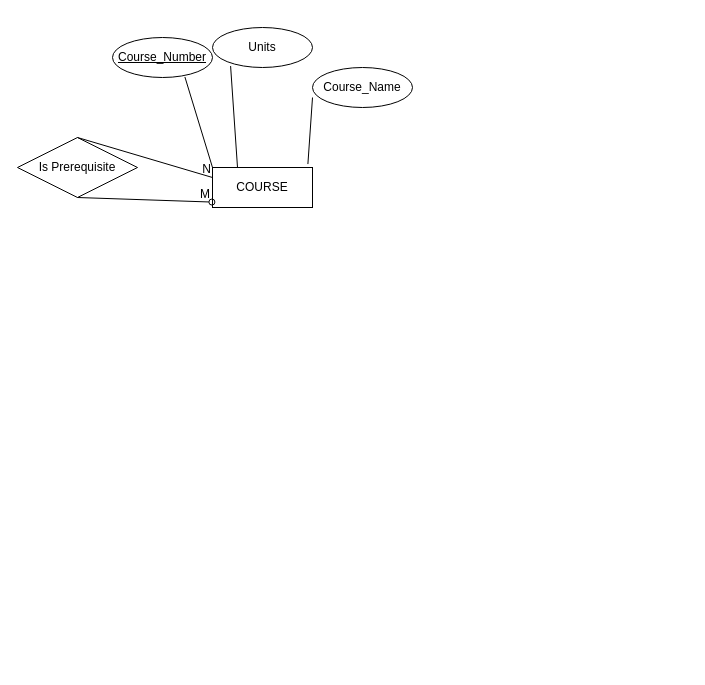
tp12356twNccu/Database_NCCU keeps this draw.io diagram as DB_HW2.drawio. Above is the earlier version. Source tidied: cells renumbered, new cells numbered last; positions are measured from the earlier drawing's top-left corner, leaving out a move shared by most shapes. Both pictures are drawn from the tidied source at 100%, with x=0, y=0 at pixel (17, 27).
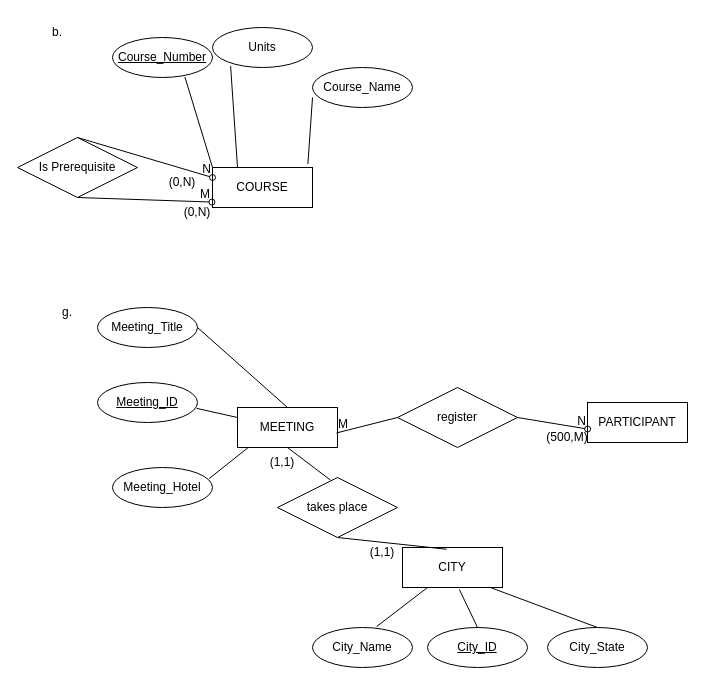
The same diagram, later.

The change refers to these unchanged cells:
```xml
<mxCell id="2" value="COURSE" style="whiteSpace=wrap;html=1;align=center;" parent="1" vertex="1">
  <mxGeometry x="195" y="140" width="100" height="40" as="geometry" />
</mxCell>
<mxCell id="9" value="Is Prerequisite" style="shape=rhombus;perimeter=rhombusPerimeter;whiteSpace=wrap;html=1;align=center;" parent="1" vertex="1">
  <mxGeometry y="110" width="120" height="60" as="geometry" />
</mxCell>
```

Change to the diagram source:
```diff
@@
-    <mxCell id="12" style="endArrow=none;html=1;rounded=0;entryX=0;entryY=0.25;entryDx=0;entryDy=0;exitX=0.5;exitY=0;exitDx=0;exitDy=0;" parent="1" edge="1" source="9" target="2">
+    <mxCell id="12" style="endArrow=oval;html=1;rounded=0;entryX=0;entryY=0.25;entryDx=0;entryDy=0;exitX=0.5;exitY=0;exitDx=0;exitDy=0;endFill=0;" parent="1" edge="1" source="9" target="2">
       <mxGeometry relative="1" as="geometry" />
     </mxCell>
@@
+    <mxCell id="14" value="b." style="text;html=1;align=center;verticalAlign=middle;whiteSpace=wrap;rounded=0;" parent="1" vertex="1">
+      <mxGeometry x="10" y="-10" width="60" height="30" as="geometry" />
+    </mxCell>
+    <mxCell id="15" value="g." style="text;html=1;align=center;verticalAlign=middle;whiteSpace=wrap;rounded=0;" parent="1" vertex="1">
+      <mxGeometry x="20" y="270" width="60" height="30" as="geometry" />
+    </mxCell>
+    <mxCell id="16" value="MEETING" style="whiteSpace=wrap;html=1;align=center;" parent="1" vertex="1">
+      <mxGeometry x="220" y="380" width="100" height="40" as="geometry" />
+    </mxCell>
+    <mxCell id="17" value="PARTICIPANT" style="whiteSpace=wrap;html=1;align=center;" parent="1" vertex="1">
+      <mxGeometry x="570" y="375" width="100" height="40" as="geometry" />
+    </mxCell>
+    <mxCell id="18" value="CITY" style="whiteSpace=wrap;html=1;align=center;" parent="1" vertex="1">
+      <mxGeometry x="385" y="520" width="100" height="40" as="geometry" />
+    </mxCell>
+    <mxCell id="19" value="(0,N)" style="text;html=1;align=center;verticalAlign=middle;whiteSpace=wrap;rounded=0;" parent="1" vertex="1">
+      <mxGeometry x="150" y="170" width="60" height="30" as="geometry" />
+    </mxCell>
+    <mxCell id="20" value="(0,N)" style="text;html=1;align=center;verticalAlign=middle;whiteSpace=wrap;rounded=0;" parent="1" vertex="1">
+      <mxGeometry x="135" y="140" width="60" height="30" as="geometry" />
+    </mxCell>
+    <mxCell id="21" style="endArrow=none;html=1;rounded=0;entryX=0.441;entryY=0.043;entryDx=0;entryDy=0;entryPerimeter=0;exitX=0.5;exitY=1;exitDx=0;exitDy=0;" parent="1" edge="1" source="23" target="18">
+      <mxGeometry relative="1" as="geometry" />
+    </mxCell>
+    <mxCell id="22" style="endArrow=none;html=1;rounded=0;entryX=0.441;entryY=0.043;entryDx=0;entryDy=0;entryPerimeter=0;exitX=0.5;exitY=1;exitDx=0;exitDy=0;" parent="1" edge="1" source="16" target="23">
+      <mxGeometry relative="1" as="geometry" />
+    </mxCell>
+    <mxCell id="23" value="takes place" style="shape=rhombus;perimeter=rhombusPerimeter;whiteSpace=wrap;html=1;align=center;" parent="1" vertex="1">
+      <mxGeometry x="260" y="450" width="120" height="60" as="geometry" />
+    </mxCell>
+    <mxCell id="24" value="(1,1)" style="text;html=1;align=center;verticalAlign=middle;whiteSpace=wrap;rounded=0;" parent="1" vertex="1">
+      <mxGeometry x="235" y="420" width="60" height="30" as="geometry" />
+    </mxCell>
+    <mxCell id="25" value="(1,1)" style="text;html=1;align=center;verticalAlign=middle;whiteSpace=wrap;rounded=0;" parent="1" vertex="1">
+      <mxGeometry x="335" y="510" width="60" height="30" as="geometry" />
+    </mxCell>
+    <mxCell id="26" style="endArrow=oval;html=1;rounded=0;exitX=1;exitY=0.5;exitDx=0;exitDy=0;entryX=0.001;entryY=0.664;entryDx=0;entryDy=0;entryPerimeter=0;endFill=0;" parent="1" edge="1" source="30" target="17">
+      <mxGeometry relative="1" as="geometry" />
+    </mxCell>
+    <mxCell id="27" value="N" style="html=1;whiteSpace=wrap;align=right;verticalAlign=bottom;" parent="26" vertex="1">
+      <mxGeometry x="1" relative="1" as="geometry" />
+    </mxCell>
+    <mxCell id="28" style="endArrow=none;html=1;rounded=0;exitX=0.99;exitY=0.636;exitDx=0;exitDy=0;exitPerimeter=0;entryX=0;entryY=0.5;entryDx=0;entryDy=0;" parent="1" edge="1" source="16" target="30">
+      <mxGeometry relative="1" as="geometry" />
+    </mxCell>
+    <mxCell id="29" value="M" style="html=1;whiteSpace=wrap;align=left;verticalAlign=bottom;" parent="28" vertex="1">
+      <mxGeometry x="-1" relative="1" as="geometry" />
+    </mxCell>
+    <mxCell id="30" value="register" style="shape=rhombus;perimeter=rhombusPerimeter;whiteSpace=wrap;html=1;align=center;" parent="1" vertex="1">
+      <mxGeometry x="380" y="360" width="120" height="60" as="geometry" />
+    </mxCell>
+    <mxCell id="31" value="(500,M)" style="text;html=1;align=center;verticalAlign=middle;whiteSpace=wrap;rounded=0;" parent="1" vertex="1">
+      <mxGeometry x="520" y="395" width="60" height="30" as="geometry" />
+    </mxCell>
+    <mxCell id="32" value="City_Name" style="ellipse;whiteSpace=wrap;html=1;align=center;" parent="1" vertex="1">
+      <mxGeometry x="295" y="600" width="100" height="40" as="geometry" />
+    </mxCell>
+    <mxCell id="33" value="City_ID" style="ellipse;whiteSpace=wrap;html=1;align=center;fontStyle=4;" parent="1" vertex="1">
+      <mxGeometry x="410" y="600" width="100" height="40" as="geometry" />
+    </mxCell>
+    <mxCell id="34" value="City_State" style="ellipse;whiteSpace=wrap;html=1;align=center;" parent="1" vertex="1">
+      <mxGeometry x="530" y="600" width="100" height="40" as="geometry" />
+    </mxCell>
+    <mxCell id="35" style="endArrow=none;html=1;rounded=0;entryX=0.5;entryY=0;entryDx=0;entryDy=0;exitX=0.871;exitY=0.993;exitDx=0;exitDy=0;exitPerimeter=0;" parent="1" edge="1" source="18" target="34">
+      <mxGeometry relative="1" as="geometry" />
+    </mxCell>
+    <mxCell id="36" style="endArrow=none;html=1;rounded=0;entryX=0.5;entryY=0;entryDx=0;entryDy=0;exitX=0.569;exitY=1.05;exitDx=0;exitDy=0;exitPerimeter=0;" parent="1" edge="1" source="18" target="33">
+      <mxGeometry relative="1" as="geometry" />
+    </mxCell>
+    <mxCell id="37" style="endArrow=none;html=1;rounded=0;entryX=0.64;entryY=-0.021;entryDx=0;entryDy=0;exitX=0.25;exitY=1;exitDx=0;exitDy=0;entryPerimeter=0;" parent="1" edge="1" source="18" target="32">
+      <mxGeometry relative="1" as="geometry" />
+    </mxCell>
+    <mxCell id="38" value="Meeting_Hotel" style="ellipse;whiteSpace=wrap;html=1;align=center;" parent="1" vertex="1">
+      <mxGeometry x="95" y="440" width="100" height="40" as="geometry" />
+    </mxCell>
+    <mxCell id="39" value="Meeting_ID" style="ellipse;whiteSpace=wrap;html=1;align=center;fontStyle=4;" parent="1" vertex="1">
+      <mxGeometry x="80" y="355" width="100" height="40" as="geometry" />
+    </mxCell>
+    <mxCell id="40" value="Meeting_Title" style="ellipse;whiteSpace=wrap;html=1;align=center;" parent="1" vertex="1">
+      <mxGeometry x="80" y="280" width="100" height="40" as="geometry" />
+    </mxCell>
+    <mxCell id="41" style="endArrow=none;html=1;rounded=0;exitX=1;exitY=0.5;exitDx=0;exitDy=0;entryX=0.5;entryY=0;entryDx=0;entryDy=0;" parent="1" edge="1" source="40" target="16">
+      <mxGeometry relative="1" as="geometry" />
+    </mxCell>
+    <mxCell id="42" style="endArrow=none;html=1;rounded=0;exitX=0.99;exitY=0.646;exitDx=0;exitDy=0;entryX=0;entryY=0.25;entryDx=0;entryDy=0;exitPerimeter=0;" parent="1" edge="1" source="39" target="16">
+      <mxGeometry relative="1" as="geometry" />
+    </mxCell>
+    <mxCell id="43" style="endArrow=none;html=1;rounded=0;exitX=0.966;exitY=0.279;exitDx=0;exitDy=0;entryX=0.104;entryY=1.007;entryDx=0;entryDy=0;exitPerimeter=0;entryPerimeter=0;" parent="1" edge="1" source="38" target="16">
+      <mxGeometry relative="1" as="geometry" />
+    </mxCell>
```
